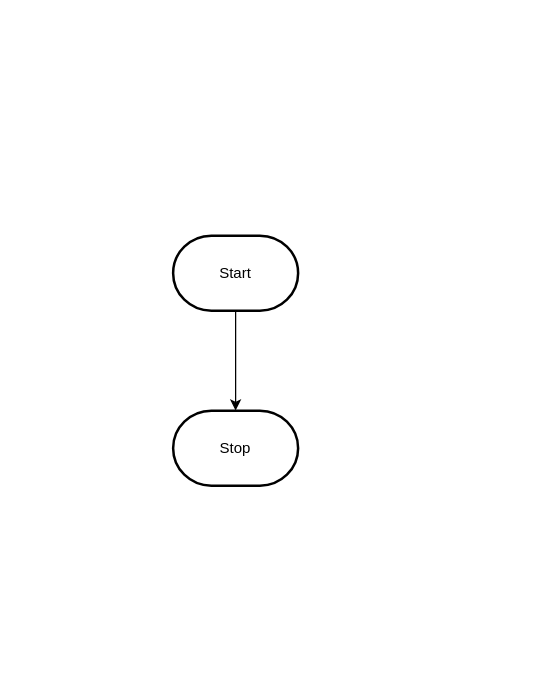
Earlier version of the draw.io diagram design/flowchart.drawio (MTHS-ICD2O-1-2023/ICD2O-Unit-3-02-Adam-Batiuk). Source tidied: cells renumbered, new cells numbered last; positions are measured from the earlier drawing's top-left corner, leaving out a move shared by most shapes. Both pictures are drawn from the tidied source at 125%, with x=0, y=0 at pixel (172, 235).
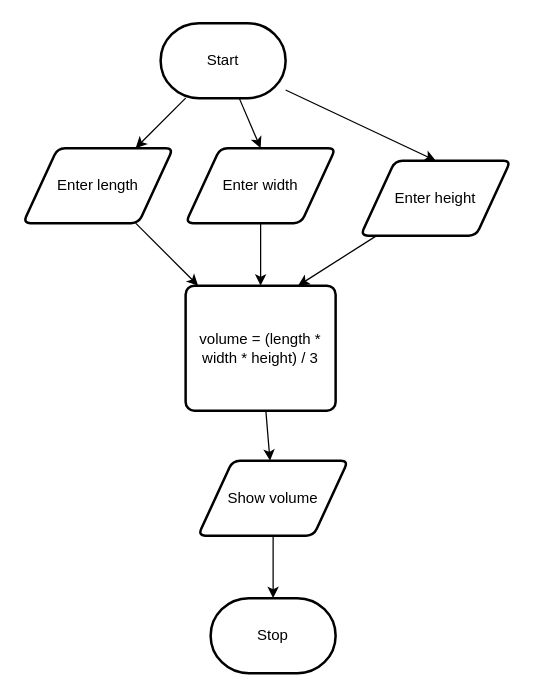
After the change.

Commit message (it also covers changes not shown here):
storybord and flowchart

Diff of the diagram source:
```diff
@@
 <mxGraphModel>
   <root>
     <mxCell id="0" />
     <mxCell id="1" parent="0" />
-    <mxCell id="2" style="edgeStyle=orthogonalEdgeStyle;html=1;rounded=0;" parent="1" edge="1" source="3" target="4">
-      <mxGeometry relative="1" as="geometry" />
-    </mxCell>
+    <mxCell id="5" style="edgeStyle=none;html=1;" parent="1" edge="1" source="3" target="2">
+      <mxGeometry relative="1" as="geometry" />
+    </mxCell>
+    <mxCell id="6" style="edgeStyle=none;html=1;entryX=0.5;entryY=0;entryDx=0;entryDy=0;" parent="1" edge="1" source="3" target="16">
+      <mxGeometry relative="1" as="geometry" />
+    </mxCell>
+    <mxCell id="7" style="edgeStyle=none;html=1;entryX=0.5;entryY=0;entryDx=0;entryDy=0;" parent="1" edge="1" source="3" target="14">
+      <mxGeometry relative="1" as="geometry" />
+    </mxCell>
     <mxCell id="3" value="Start" style="strokeWidth=2;html=1;shape=mxgraph.flowchart.terminator;whiteSpace=wrap;" parent="1" vertex="1">
-      <mxGeometry width="100" height="60" as="geometry" />
+      <mxGeometry x="-10" y="-170" width="100" height="60" as="geometry" />
     </mxCell>
     <mxCell id="4" value="Stop" style="strokeWidth=2;html=1;shape=mxgraph.flowchart.terminator;whiteSpace=wrap;" parent="1" vertex="1">
-      <mxGeometry y="140" width="100" height="60" as="geometry" />
+      <mxGeometry x="30" y="290" width="100" height="60" as="geometry" />
     </mxCell>
+    <mxCell id="8" style="edgeStyle=none;html=1;" parent="1" edge="1" source="2" target="12">
+      <mxGeometry relative="1" as="geometry" />
+    </mxCell>
+    <mxCell id="2" value="Enter length" style="shape=parallelogram;html=1;strokeWidth=2;perimeter=parallelogramPerimeter;whiteSpace=wrap;rounded=1;arcSize=12;size=0.23;" parent="1" vertex="1">
+      <mxGeometry x="-120" y="-70" width="120" height="60" as="geometry" />
+    </mxCell>
+    <mxCell id="9" style="edgeStyle=none;html=1;" parent="1" edge="1" source="10" target="4">
+      <mxGeometry relative="1" as="geometry" />
+    </mxCell>
+    <mxCell id="10" value="Show volume" style="shape=parallelogram;html=1;strokeWidth=2;perimeter=parallelogramPerimeter;whiteSpace=wrap;rounded=1;arcSize=12;size=0.23;" parent="1" vertex="1">
+      <mxGeometry x="20" y="180" width="120" height="60" as="geometry" />
+    </mxCell>
+    <mxCell id="11" style="edgeStyle=none;html=1;" parent="1" edge="1" source="12" target="10">
+      <mxGeometry relative="1" as="geometry" />
+    </mxCell>
+    <mxCell id="12" value="volume = (length * width * height) / 3" style="rounded=1;whiteSpace=wrap;html=1;absoluteArcSize=1;arcSize=14;strokeWidth=2;" parent="1" vertex="1">
+      <mxGeometry x="10" y="40" width="120" height="100" as="geometry" />
+    </mxCell>
+    <mxCell id="13" style="edgeStyle=none;html=1;entryX=0.75;entryY=0;entryDx=0;entryDy=0;" parent="1" edge="1" source="14" target="12">
+      <mxGeometry relative="1" as="geometry" />
+    </mxCell>
+    <mxCell id="14" value="Enter height" style="shape=parallelogram;html=1;strokeWidth=2;perimeter=parallelogramPerimeter;whiteSpace=wrap;rounded=1;arcSize=12;size=0.23;" parent="1" vertex="1">
+      <mxGeometry x="150" y="-60" width="120" height="60" as="geometry" />
+    </mxCell>
+    <mxCell id="15" style="edgeStyle=none;html=1;" parent="1" edge="1" source="16" target="12">
+      <mxGeometry relative="1" as="geometry" />
+    </mxCell>
+    <mxCell id="16" value="Enter width" style="shape=parallelogram;html=1;strokeWidth=2;perimeter=parallelogramPerimeter;whiteSpace=wrap;rounded=1;arcSize=12;size=0.23;" parent="1" vertex="1">
+      <mxGeometry x="10" y="-70" width="120" height="60" as="geometry" />
+    </mxCell>
   </root>
 </mxGraphModel>
```
